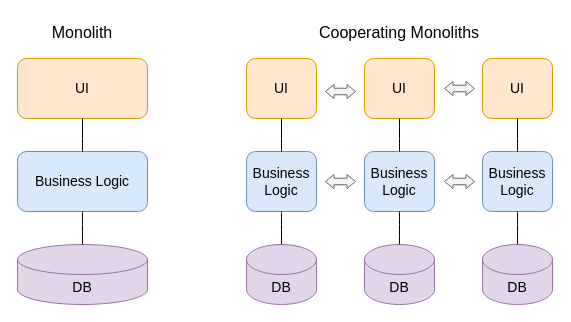
Before: page "principles-full-stack-2" (2 of 14) of content/modules/concepts/diagrams/features.drawio in jmix-framework/jmix-docs, a draw.io diagram. Source tidied: cells renumbered, new cells numbered last; positions are measured from the earlier drawing's top-left corner, leaving out a move shared by most shapes. Both pictures are drawn from the tidied source at 100%, with x=0, y=0 at pixel (17, 17).
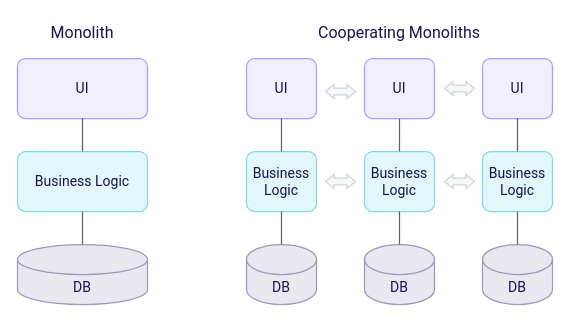
Above is the later version.

Diff of the diagram source:
```diff
@@
-    <mxCell id="2" value="Business Logic" style="whiteSpace=wrap;html=1;fontSize=14;rounded=1;fillColor=#dae8fc;strokeColor=#6c8ebf;" parent="1" vertex="1">
+    <mxCell id="2" value="Business Logic" style="whiteSpace=wrap;html=1;fontSize=14;rounded=1;fillColor=#e2f7fa;strokeColor=#7fd9e6;fontFamily=Roboto, Helvetica, Arial;fontColor=#17124b;strokeWidth=1.25;absoluteArcSize=1;arcSize=16;" parent="1" vertex="1">
       <mxGeometry y="134" width="130" height="60" as="geometry" />
     </mxCell>
-    <mxCell id="3" value="UI" style="rounded=1;whiteSpace=wrap;html=1;fontSize=14;fillColor=#ffe6cc;strokeColor=#d79b00;" parent="1" vertex="1">
+    <mxCell id="3" value="UI" style="rounded=1;whiteSpace=wrap;html=1;fontSize=14;fillColor=#f0eeff;strokeColor=#a99bff;fontFamily=Roboto, Helvetica, Arial;fontColor=#17124b;strokeWidth=1.25;absoluteArcSize=1;arcSize=16;" parent="1" vertex="1">
       <mxGeometry y="41" width="130" height="60" as="geometry" />
     </mxCell>
-    <mxCell id="4" style="endArrow=none;html=1;rounded=0;fontSize=14;startSize=8;endSize=8;curved=1;" parent="1" edge="1" source="2" target="3">
+    <mxCell id="4" style="endArrow=none;html=1;rounded=0;fontSize=14;startSize=8;endSize=8;curved=1;fontFamily=Roboto, Helvetica, Arial;fontColor=#17124b;strokeColor=#5c606b;strokeWidth=1.25;" parent="1" edge="1" source="2" target="3">
       <mxGeometry relative="1" as="geometry" />
     </mxCell>
-    <mxCell id="5" value="DB" style="shape=cylinder3;whiteSpace=wrap;html=1;boundedLbl=1;backgroundOutline=1;size=15;fontSize=14;fillColor=#e1d5e7;strokeColor=#9673a6;" parent="1" vertex="1">
+    <mxCell id="5" value="DB" style="shape=cylinder3;whiteSpace=wrap;html=1;boundedLbl=1;backgroundOutline=1;size=15;fontSize=14;fillColor=#e9e8f1;strokeColor=#9c99b8;fontFamily=Roboto, Helvetica, Arial;fontColor=#17124b;strokeWidth=1.25;" parent="1" vertex="1">
       <mxGeometry y="227" width="130" height="60" as="geometry" />
     </mxCell>
-    <mxCell id="6" style="endArrow=none;html=1;rounded=0;fontSize=14;startSize=8;endSize=8;curved=1;" parent="1" edge="1" source="2" target="5">
+    <mxCell id="6" style="endArrow=none;html=1;rounded=0;fontSize=14;startSize=8;endSize=8;curved=1;fontFamily=Roboto, Helvetica, Arial;fontColor=#17124b;strokeColor=#5c606b;strokeWidth=1.25;" parent="1" edge="1" source="2" target="5">
       <mxGeometry relative="1" as="geometry" />
     </mxCell>
-    <mxCell id="7" value="Business Logic" style="whiteSpace=wrap;html=1;fontSize=14;rounded=1;fillColor=#dae8fc;strokeColor=#6c8ebf;" parent="1" vertex="1">
+    <mxCell id="7" value="Business Logic" style="whiteSpace=wrap;html=1;fontSize=14;rounded=1;fillColor=#e2f7fa;strokeColor=#7fd9e6;fontFamily=Roboto, Helvetica, Arial;fontColor=#17124b;strokeWidth=1.25;absoluteArcSize=1;arcSize=16;" parent="1" vertex="1">
       <mxGeometry x="229" y="134" width="70" height="60" as="geometry" />
     </mxCell>
-    <mxCell id="8" value="UI" style="rounded=1;whiteSpace=wrap;html=1;fontSize=14;fillColor=#ffe6cc;strokeColor=#d79b00;" parent="1" vertex="1">
+    <mxCell id="8" value="UI" style="rounded=1;whiteSpace=wrap;html=1;fontSize=14;fillColor=#f0eeff;strokeColor=#a99bff;fontFamily=Roboto, Helvetica, Arial;fontColor=#17124b;strokeWidth=1.25;absoluteArcSize=1;arcSize=16;" parent="1" vertex="1">
       <mxGeometry x="229" y="41" width="70" height="60" as="geometry" />
     </mxCell>
-    <mxCell id="9" style="endArrow=none;html=1;rounded=0;fontSize=14;startSize=8;endSize=8;curved=1;" parent="1" edge="1" source="7" target="8">
+    <mxCell id="9" style="endArrow=none;html=1;rounded=0;fontSize=14;startSize=8;endSize=8;curved=1;fontFamily=Roboto, Helvetica, Arial;fontColor=#17124b;strokeColor=#5c606b;strokeWidth=1.25;" parent="1" edge="1" source="7" target="8">
       <mxGeometry relative="1" as="geometry" />
     </mxCell>
-    <mxCell id="10" value="DB" style="shape=cylinder3;whiteSpace=wrap;html=1;boundedLbl=1;backgroundOutline=1;size=15;fontSize=14;fillColor=#e1d5e7;strokeColor=#9673a6;" parent="1" vertex="1">
+    <mxCell id="10" value="DB" style="shape=cylinder3;whiteSpace=wrap;html=1;boundedLbl=1;backgroundOutline=1;size=15;fontSize=14;fillColor=#e9e8f1;strokeColor=#9c99b8;fontFamily=Roboto, Helvetica, Arial;fontColor=#17124b;strokeWidth=1.25;" parent="1" vertex="1">
       <mxGeometry x="229" y="227" width="70" height="60" as="geometry" />
     </mxCell>
-    <mxCell id="11" style="endArrow=none;html=1;rounded=0;fontSize=14;startSize=8;endSize=8;curved=1;" parent="1" edge="1" source="7" target="10">
+    <mxCell id="11" style="endArrow=none;html=1;rounded=0;fontSize=14;startSize=8;endSize=8;curved=1;fontFamily=Roboto, Helvetica, Arial;fontColor=#17124b;strokeColor=#5c606b;strokeWidth=1.25;" parent="1" edge="1" source="7" target="10">
       <mxGeometry relative="1" as="geometry" />
     </mxCell>
-    <mxCell id="12" value="Business Logic" style="whiteSpace=wrap;html=1;fontSize=14;rounded=1;fillColor=#dae8fc;strokeColor=#6c8ebf;" parent="1" vertex="1">
+    <mxCell id="12" value="Business Logic" style="whiteSpace=wrap;html=1;fontSize=14;rounded=1;fillColor=#e2f7fa;strokeColor=#7fd9e6;fontFamily=Roboto, Helvetica, Arial;fontColor=#17124b;strokeWidth=1.25;absoluteArcSize=1;arcSize=16;" parent="1" vertex="1">
       <mxGeometry x="347" y="134" width="70" height="60" as="geometry" />
     </mxCell>
-    <mxCell id="13" value="UI" style="rounded=1;whiteSpace=wrap;html=1;fontSize=14;fillColor=#ffe6cc;strokeColor=#d79b00;" parent="1" vertex="1">
+    <mxCell id="13" value="UI" style="rounded=1;whiteSpace=wrap;html=1;fontSize=14;fillColor=#f0eeff;strokeColor=#a99bff;fontFamily=Roboto, Helvetica, Arial;fontColor=#17124b;strokeWidth=1.25;absoluteArcSize=1;arcSize=16;" parent="1" vertex="1">
       <mxGeometry x="347" y="41" width="70" height="60" as="geometry" />
     </mxCell>
-    <mxCell id="14" style="endArrow=none;html=1;rounded=0;fontSize=14;startSize=8;endSize=8;curved=1;" parent="1" edge="1" source="12" target="13">
+    <mxCell id="14" style="endArrow=none;html=1;rounded=0;fontSize=14;startSize=8;endSize=8;curved=1;fontFamily=Roboto, Helvetica, Arial;fontColor=#17124b;strokeColor=#5c606b;strokeWidth=1.25;" parent="1" edge="1" source="12" target="13">
       <mxGeometry relative="1" as="geometry" />
     </mxCell>
-    <mxCell id="15" value="DB" style="shape=cylinder3;whiteSpace=wrap;html=1;boundedLbl=1;backgroundOutline=1;size=15;fontSize=14;fillColor=#e1d5e7;strokeColor=#9673a6;" parent="1" vertex="1">
+    <mxCell id="15" value="DB" style="shape=cylinder3;whiteSpace=wrap;html=1;boundedLbl=1;backgroundOutline=1;size=15;fontSize=14;fillColor=#e9e8f1;strokeColor=#9c99b8;fontFamily=Roboto, Helvetica, Arial;fontColor=#17124b;strokeWidth=1.25;" parent="1" vertex="1">
       <mxGeometry x="347" y="227" width="70" height="60" as="geometry" />
     </mxCell>
-    <mxCell id="16" style="endArrow=none;html=1;rounded=0;fontSize=14;startSize=8;endSize=8;curved=1;" parent="1" edge="1" source="12" target="15">
+    <mxCell id="16" style="endArrow=none;html=1;rounded=0;fontSize=14;startSize=8;endSize=8;curved=1;fontFamily=Roboto, Helvetica, Arial;fontColor=#17124b;strokeColor=#5c606b;strokeWidth=1.25;" parent="1" edge="1" source="12" target="15">
       <mxGeometry relative="1" as="geometry" />
     </mxCell>
-    <mxCell id="17" value="Business Logic" style="whiteSpace=wrap;html=1;fontSize=14;rounded=1;fillColor=#dae8fc;strokeColor=#6c8ebf;" parent="1" vertex="1">
+    <mxCell id="17" value="Business Logic" style="whiteSpace=wrap;html=1;fontSize=14;rounded=1;fillColor=#e2f7fa;strokeColor=#7fd9e6;fontFamily=Roboto, Helvetica, Arial;fontColor=#17124b;strokeWidth=1.25;absoluteArcSize=1;arcSize=16;" parent="1" vertex="1">
       <mxGeometry x="465" y="134" width="70" height="60" as="geometry" />
     </mxCell>
-    <mxCell id="18" value="UI" style="rounded=1;whiteSpace=wrap;html=1;fontSize=14;fillColor=#ffe6cc;strokeColor=#d79b00;" parent="1" vertex="1">
+    <mxCell id="18" value="UI" style="rounded=1;whiteSpace=wrap;html=1;fontSize=14;fillColor=#f0eeff;strokeColor=#a99bff;fontFamily=Roboto, Helvetica, Arial;fontColor=#17124b;strokeWidth=1.25;absoluteArcSize=1;arcSize=16;" parent="1" vertex="1">
       <mxGeometry x="465" y="41" width="70" height="60" as="geometry" />
     </mxCell>
-    <mxCell id="19" style="endArrow=none;html=1;rounded=0;fontSize=14;startSize=8;endSize=8;curved=1;" parent="1" edge="1" source="17" target="18">
+    <mxCell id="19" style="endArrow=none;html=1;rounded=0;fontSize=14;startSize=8;endSize=8;curved=1;fontFamily=Roboto, Helvetica, Arial;fontColor=#17124b;strokeColor=#5c606b;strokeWidth=1.25;" parent="1" edge="1" source="17" target="18">
       <mxGeometry relative="1" as="geometry" />
     </mxCell>
-    <mxCell id="20" value="DB" style="shape=cylinder3;whiteSpace=wrap;html=1;boundedLbl=1;backgroundOutline=1;size=15;fontSize=14;fillColor=#e1d5e7;strokeColor=#9673a6;" parent="1" vertex="1">
+    <mxCell id="20" value="DB" style="shape=cylinder3;whiteSpace=wrap;html=1;boundedLbl=1;backgroundOutline=1;size=15;fontSize=14;fillColor=#e9e8f1;strokeColor=#9c99b8;fontFamily=Roboto, Helvetica, Arial;fontColor=#17124b;strokeWidth=1.25;" parent="1" vertex="1">
       <mxGeometry x="465" y="227" width="70" height="60" as="geometry" />
     </mxCell>
-    <mxCell id="21" style="endArrow=none;html=1;rounded=0;fontSize=14;startSize=8;endSize=8;curved=1;" parent="1" edge="1" source="17" target="20">
+    <mxCell id="21" style="endArrow=none;html=1;rounded=0;fontSize=14;startSize=8;endSize=8;curved=1;fontFamily=Roboto, Helvetica, Arial;fontColor=#17124b;strokeColor=#5c606b;strokeWidth=1.25;" parent="1" edge="1" source="17" target="20">
       <mxGeometry relative="1" as="geometry" />
     </mxCell>
-    <mxCell id="22" value="Monolith" style="text;html=1;strokeColor=none;fillColor=none;align=center;verticalAlign=middle;whiteSpace=wrap;rounded=0;fontSize=16;" parent="1" vertex="1">
+    <mxCell id="22" value="Monolith" style="text;html=1;strokeColor=none;fillColor=none;align=center;verticalAlign=middle;whiteSpace=wrap;rounded=0;fontSize=16;fontFamily=Roboto, Helvetica, Arial;fontColor=#17124b;" parent="1" vertex="1">
       <mxGeometry x="35" width="60" height="30" as="geometry" />
     </mxCell>
-    <mxCell id="23" value="Cooperating Monoliths" style="text;html=1;strokeColor=none;fillColor=none;align=center;verticalAlign=middle;whiteSpace=wrap;rounded=0;fontSize=16;" parent="1" vertex="1">
+    <mxCell id="23" value="Cooperating Monoliths" style="text;html=1;strokeColor=none;fillColor=none;align=center;verticalAlign=middle;whiteSpace=wrap;rounded=0;fontSize=16;fontFamily=Roboto, Helvetica, Arial;fontColor=#17124b;" parent="1" vertex="1">
       <mxGeometry x="290.2" width="183.5" height="30" as="geometry" />
     </mxCell>
-    <mxCell id="24" style="shape=doubleArrow;whiteSpace=wrap;html=1;fontSize=16;arrowWidth=0.46666666666666856;arrowSize=0.283333333333335;fillColor=#f5f5f5;fontColor=#333333;strokeColor=#666666;" parent="1" vertex="1">
+    <mxCell id="24" style="shape=doubleArrow;whiteSpace=wrap;html=1;fontSize=16;arrowWidth=0.46666666666666856;arrowSize=0.283333333333335;fillColor=#f6f7f9;fontColor=#17124b;strokeColor=#cfd3da;fontFamily=Roboto, Helvetica, Arial;strokeWidth=1.25;" parent="1" vertex="1">
       <mxGeometry x="308" y="67" width="30" height="14" as="geometry" />
     </mxCell>
-    <mxCell id="25" style="shape=doubleArrow;whiteSpace=wrap;html=1;fontSize=16;arrowWidth=0.46666666666666856;arrowSize=0.283333333333335;fillColor=#f5f5f5;fontColor=#333333;strokeColor=#666666;" parent="1" vertex="1">
+    <mxCell id="25" style="shape=doubleArrow;whiteSpace=wrap;html=1;fontSize=16;arrowWidth=0.46666666666666856;arrowSize=0.283333333333335;fillColor=#f6f7f9;fontColor=#17124b;strokeColor=#cfd3da;fontFamily=Roboto, Helvetica, Arial;strokeWidth=1.25;" parent="1" vertex="1">
       <mxGeometry x="308" y="157" width="30" height="14" as="geometry" />
     </mxCell>
-    <mxCell id="26" style="shape=doubleArrow;whiteSpace=wrap;html=1;fontSize=16;arrowWidth=0.46666666666666856;arrowSize=0.283333333333335;fillColor=#f5f5f5;fontColor=#333333;strokeColor=#666666;" parent="1" vertex="1">
+    <mxCell id="26" style="shape=doubleArrow;whiteSpace=wrap;html=1;fontSize=16;arrowWidth=0.46666666666666856;arrowSize=0.283333333333335;fillColor=#f6f7f9;fontColor=#17124b;strokeColor=#cfd3da;fontFamily=Roboto, Helvetica, Arial;strokeWidth=1.25;" parent="1" vertex="1">
       <mxGeometry x="427" y="157" width="30" height="14" as="geometry" />
     </mxCell>
-    <mxCell id="27" style="shape=doubleArrow;whiteSpace=wrap;html=1;fontSize=16;arrowWidth=0.46666666666666856;arrowSize=0.283333333333335;fillColor=#f5f5f5;fontColor=#333333;strokeColor=#666666;" parent="1" vertex="1">
+    <mxCell id="27" style="shape=doubleArrow;whiteSpace=wrap;html=1;fontSize=16;arrowWidth=0.46666666666666856;arrowSize=0.283333333333335;fillColor=#f6f7f9;fontColor=#17124b;strokeColor=#cfd3da;fontFamily=Roboto, Helvetica, Arial;strokeWidth=1.25;" parent="1" vertex="1">
       <mxGeometry x="427" y="64" width="30" height="14" as="geometry" />
     </mxCell>
```
